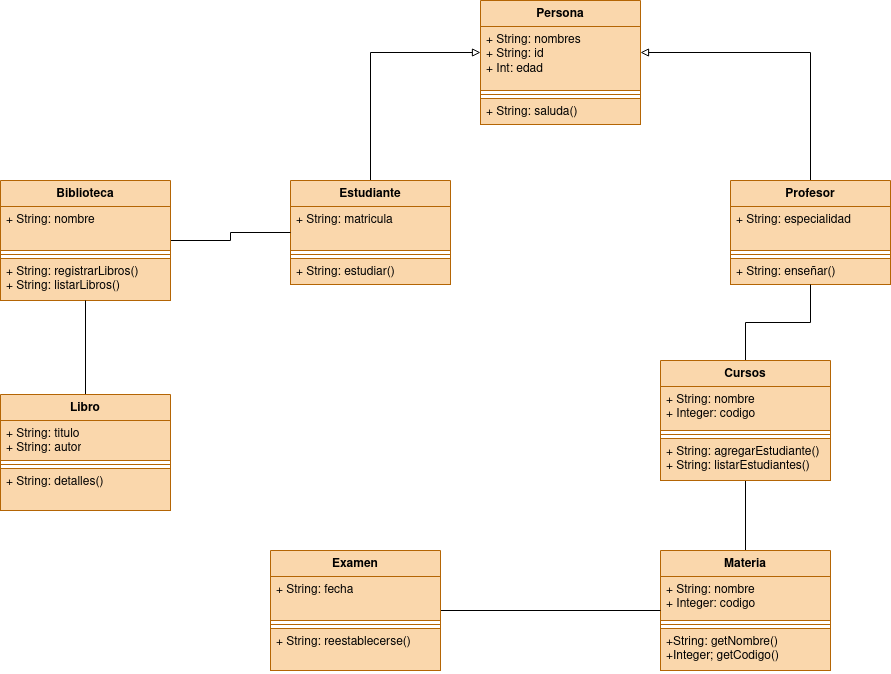
alejandrosalazargonzalez/gestion-academica keeps this draw.io diagram as imagenes/diagrama-clases.png. Above is the earlier version. Source tidied: cells renumbered, new cells last; positions are measured from the earlier drawing's top-left corner, leaving out a move shared by most shapes.
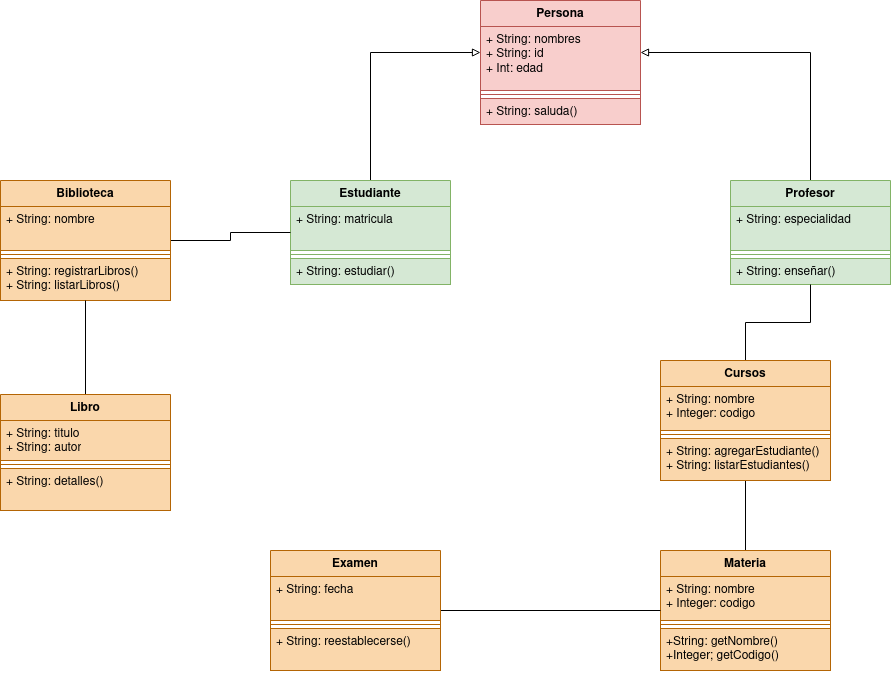
The same diagram one commit later.

Change to the diagram source:
```diff
@@ -2,16 +2,16 @@
   <root>
     <mxCell id="0" />
     <mxCell id="1" parent="0" />
-    <mxCell id="2" value="Persona" style="swimlane;fontStyle=1;align=center;verticalAlign=top;horizontal=1;startSize=26;whiteSpace=wrap;html=1;fillColor=#fad7ac;strokeColor=#b46504;" parent="1" vertex="1">
+    <mxCell id="2" value="Persona" style="swimlane;fontStyle=1;align=center;verticalAlign=top;horizontal=1;startSize=26;whiteSpace=wrap;html=1;fillColor=#f8cecc;strokeColor=#b85450;" parent="1" vertex="1">
       <mxGeometry x="480" width="160" height="124" as="geometry" />
     </mxCell>
-    <mxCell id="3" value="&lt;div&gt;+ String: nombres&lt;/div&gt;&lt;div&gt;+ String: id&lt;br&gt;&lt;/div&gt;&lt;div&gt;+ Int: edad&lt;br&gt;&lt;/div&gt;" style="text;strokeColor=#b46504;fillColor=#fad7ac;align=left;verticalAlign=top;spacingLeft=4;spacingRight=4;overflow=hidden;whiteSpace=wrap;html=1;" parent="2" vertex="1">
+    <mxCell id="3" value="&lt;div&gt;+ String: nombres&lt;/div&gt;&lt;div&gt;+ String: id&lt;br&gt;&lt;/div&gt;&lt;div&gt;+ Int: edad&lt;br&gt;&lt;/div&gt;" style="text;strokeColor=#b85450;fillColor=#f8cecc;align=left;verticalAlign=top;spacingLeft=4;spacingRight=4;overflow=hidden;whiteSpace=wrap;html=1;" parent="2" vertex="1">
       <mxGeometry y="26" width="160" height="64" as="geometry" />
     </mxCell>
-    <mxCell id="4" style="line;strokeWidth=1;fillColor=#fad7ac;align=left;verticalAlign=middle;spacingTop=-1;spacingLeft=3;spacingRight=3;labelPosition=right;strokeColor=#b46504;" parent="2" vertex="1">
+    <mxCell id="4" style="line;strokeWidth=1;fillColor=#f8cecc;align=left;verticalAlign=middle;spacingTop=-1;spacingLeft=3;spacingRight=3;labelPosition=right;strokeColor=#b85450;" parent="2" vertex="1">
       <mxGeometry y="90" width="160" height="8" as="geometry" />
     </mxCell>
-    <mxCell id="5" value="+ String: saluda()" style="text;strokeColor=#b46504;fillColor=#fad7ac;align=left;verticalAlign=top;spacingLeft=4;spacingRight=4;overflow=hidden;whiteSpace=wrap;html=1;" parent="2" vertex="1">
+    <mxCell id="5" value="+ String: saluda()" style="text;strokeColor=#b85450;fillColor=#f8cecc;align=left;verticalAlign=top;spacingLeft=4;spacingRight=4;overflow=hidden;whiteSpace=wrap;html=1;" parent="2" vertex="1">
       <mxGeometry y="98" width="160" height="26" as="geometry" />
     </mxCell>
     <mxCell id="6" style="edgeStyle=orthogonalEdgeStyle;rounded=0;jettySize=auto;html=1;endArrow=block;endFill=0;strokeWidth=1;" parent="1" edge="1" source="7" target="2">
@@ -21,16 +21,16 @@
         </Array>
       </mxGeometry>
     </mxCell>
-    <mxCell id="7" value="Estudiante" style="swimlane;fontStyle=1;align=center;verticalAlign=top;horizontal=1;startSize=26;whiteSpace=wrap;html=1;fillColor=#fad7ac;strokeColor=#b46504;" parent="1" vertex="1">
+    <mxCell id="7" value="Estudiante" style="swimlane;fontStyle=1;align=center;verticalAlign=top;horizontal=1;startSize=26;whiteSpace=wrap;html=1;fillColor=#d5e8d4;strokeColor=#82b366;" parent="1" vertex="1">
       <mxGeometry x="290" y="180" width="160" height="104" as="geometry" />
     </mxCell>
-    <mxCell id="8" value="&lt;div&gt;+ String: matricula&lt;br&gt;&lt;/div&gt;" style="text;strokeColor=#b46504;fillColor=#fad7ac;align=left;verticalAlign=top;spacingLeft=4;spacingRight=4;overflow=hidden;whiteSpace=wrap;html=1;" parent="7" vertex="1">
+    <mxCell id="8" value="&lt;div&gt;+ String: matricula&lt;br&gt;&lt;/div&gt;" style="text;strokeColor=#82b366;fillColor=#d5e8d4;align=left;verticalAlign=top;spacingLeft=4;spacingRight=4;overflow=hidden;whiteSpace=wrap;html=1;" parent="7" vertex="1">
       <mxGeometry y="26" width="160" height="44" as="geometry" />
     </mxCell>
-    <mxCell id="9" style="line;strokeWidth=1;fillColor=#fad7ac;align=left;verticalAlign=middle;spacingTop=-1;spacingLeft=3;spacingRight=3;labelPosition=right;strokeColor=#b46504;" parent="7" vertex="1">
+    <mxCell id="9" style="line;strokeWidth=1;fillColor=#d5e8d4;align=left;verticalAlign=middle;spacingTop=-1;spacingLeft=3;spacingRight=3;labelPosition=right;strokeColor=#82b366;" parent="7" vertex="1">
       <mxGeometry y="70" width="160" height="8" as="geometry" />
     </mxCell>
-    <mxCell id="10" value="+ String: estudiar()" style="text;strokeColor=#b46504;fillColor=#fad7ac;align=left;verticalAlign=top;spacingLeft=4;spacingRight=4;overflow=hidden;whiteSpace=wrap;html=1;" parent="7" vertex="1">
+    <mxCell id="10" value="+ String: estudiar()" style="text;strokeColor=#82b366;fillColor=#d5e8d4;align=left;verticalAlign=top;spacingLeft=4;spacingRight=4;overflow=hidden;whiteSpace=wrap;html=1;" parent="7" vertex="1">
       <mxGeometry y="78" width="160" height="26" as="geometry" />
     </mxCell>
     <mxCell id="11" style="edgeStyle=orthogonalEdgeStyle;rounded=0;jettySize=auto;html=1;endArrow=block;endFill=0;" parent="1" edge="1" source="12" target="2">
@@ -40,16 +40,16 @@
         </Array>
       </mxGeometry>
     </mxCell>
-    <mxCell id="12" value="Profesor" style="swimlane;fontStyle=1;align=center;verticalAlign=top;horizontal=1;startSize=26;whiteSpace=wrap;html=1;fillColor=#fad7ac;strokeColor=#b46504;" parent="1" vertex="1">
+    <mxCell id="12" value="Profesor" style="swimlane;fontStyle=1;align=center;verticalAlign=top;horizontal=1;startSize=26;whiteSpace=wrap;html=1;fillColor=#d5e8d4;strokeColor=#82b366;" parent="1" vertex="1">
       <mxGeometry x="730" y="180" width="160" height="104" as="geometry" />
     </mxCell>
-    <mxCell id="13" value="&lt;div&gt;+ String: especialidad&lt;/div&gt;&lt;div&gt;&lt;br&gt;&lt;/div&gt;" style="text;strokeColor=#b46504;fillColor=#fad7ac;align=left;verticalAlign=top;spacingLeft=4;spacingRight=4;overflow=hidden;whiteSpace=wrap;html=1;" parent="12" vertex="1">
+    <mxCell id="13" value="&lt;div&gt;+ String: especialidad&lt;/div&gt;&lt;div&gt;&lt;br&gt;&lt;/div&gt;" style="text;strokeColor=#82b366;fillColor=#d5e8d4;align=left;verticalAlign=top;spacingLeft=4;spacingRight=4;overflow=hidden;whiteSpace=wrap;html=1;" parent="12" vertex="1">
       <mxGeometry y="26" width="160" height="44" as="geometry" />
     </mxCell>
-    <mxCell id="14" style="line;strokeWidth=1;fillColor=#fad7ac;align=left;verticalAlign=middle;spacingTop=-1;spacingLeft=3;spacingRight=3;labelPosition=right;strokeColor=#b46504;" parent="12" vertex="1">
+    <mxCell id="14" style="line;strokeWidth=1;fillColor=#d5e8d4;align=left;verticalAlign=middle;spacingTop=-1;spacingLeft=3;spacingRight=3;labelPosition=right;strokeColor=#82b366;" parent="12" vertex="1">
       <mxGeometry y="70" width="160" height="8" as="geometry" />
     </mxCell>
-    <mxCell id="15" value="+ String: enseñar()" style="text;strokeColor=#b46504;fillColor=#fad7ac;align=left;verticalAlign=top;spacingLeft=4;spacingRight=4;overflow=hidden;whiteSpace=wrap;html=1;" parent="12" vertex="1">
+    <mxCell id="15" value="+ String: enseñar()" style="text;strokeColor=#82b366;fillColor=#d5e8d4;align=left;verticalAlign=top;spacingLeft=4;spacingRight=4;overflow=hidden;whiteSpace=wrap;html=1;" parent="12" vertex="1">
       <mxGeometry y="78" width="160" height="26" as="geometry" />
     </mxCell>
     <mxCell id="16" style="edgeStyle=orthogonalEdgeStyle;rounded=0;jettySize=auto;html=1;endArrow=none;endFill=0;" parent="1" edge="1" source="18" target="22">
```
